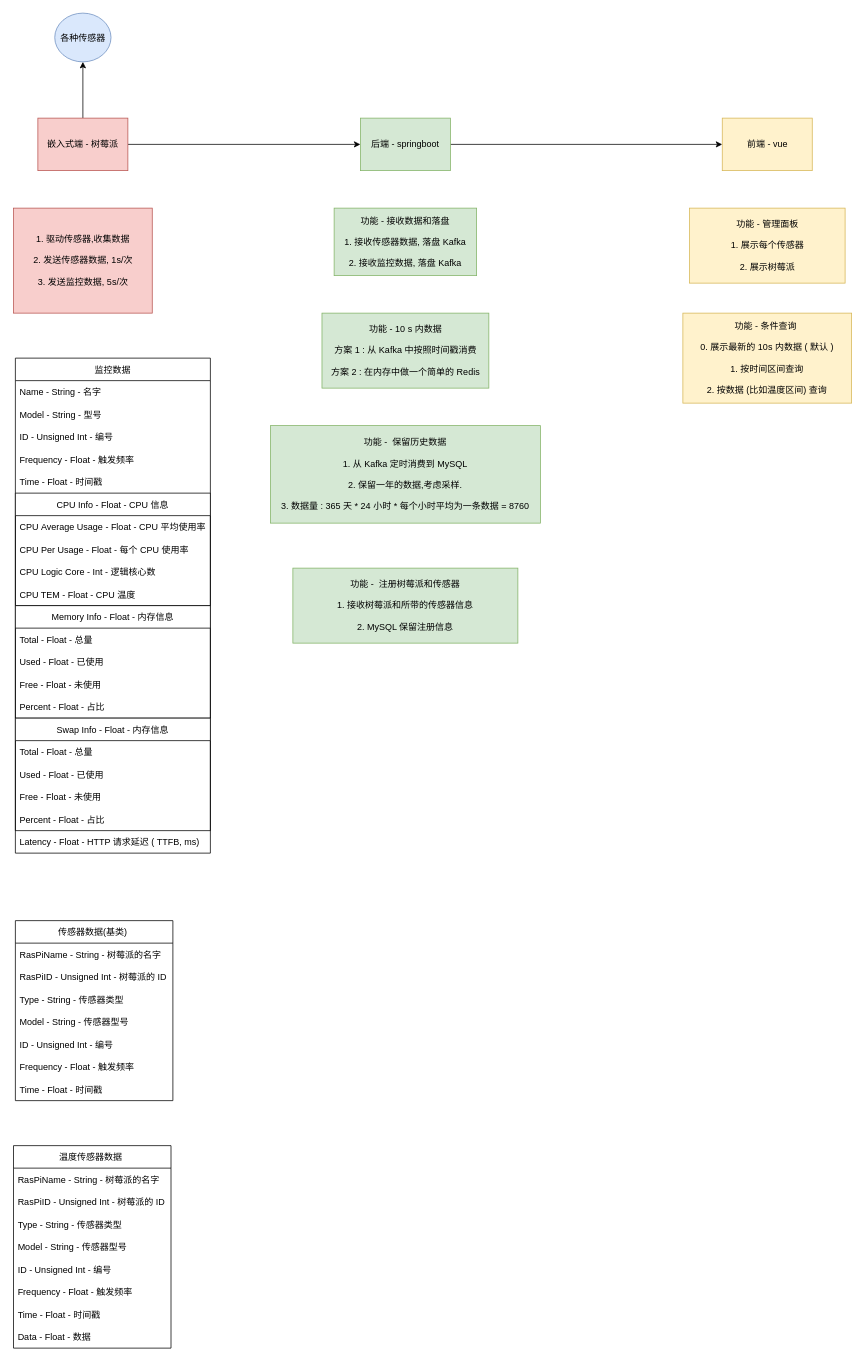
Earlier version of the draw.io diagram System-Design.drawio (LiteHome/Raspberry-Home-Backend). Source tidied: cells renumbered, new cells numbered last; positions are measured from the earlier drawing's top-left corner, leaving out a move shared by most shapes. Both pictures are drawn from the tidied source at 75%, with x=0, y=0 at pixel (14, 13).
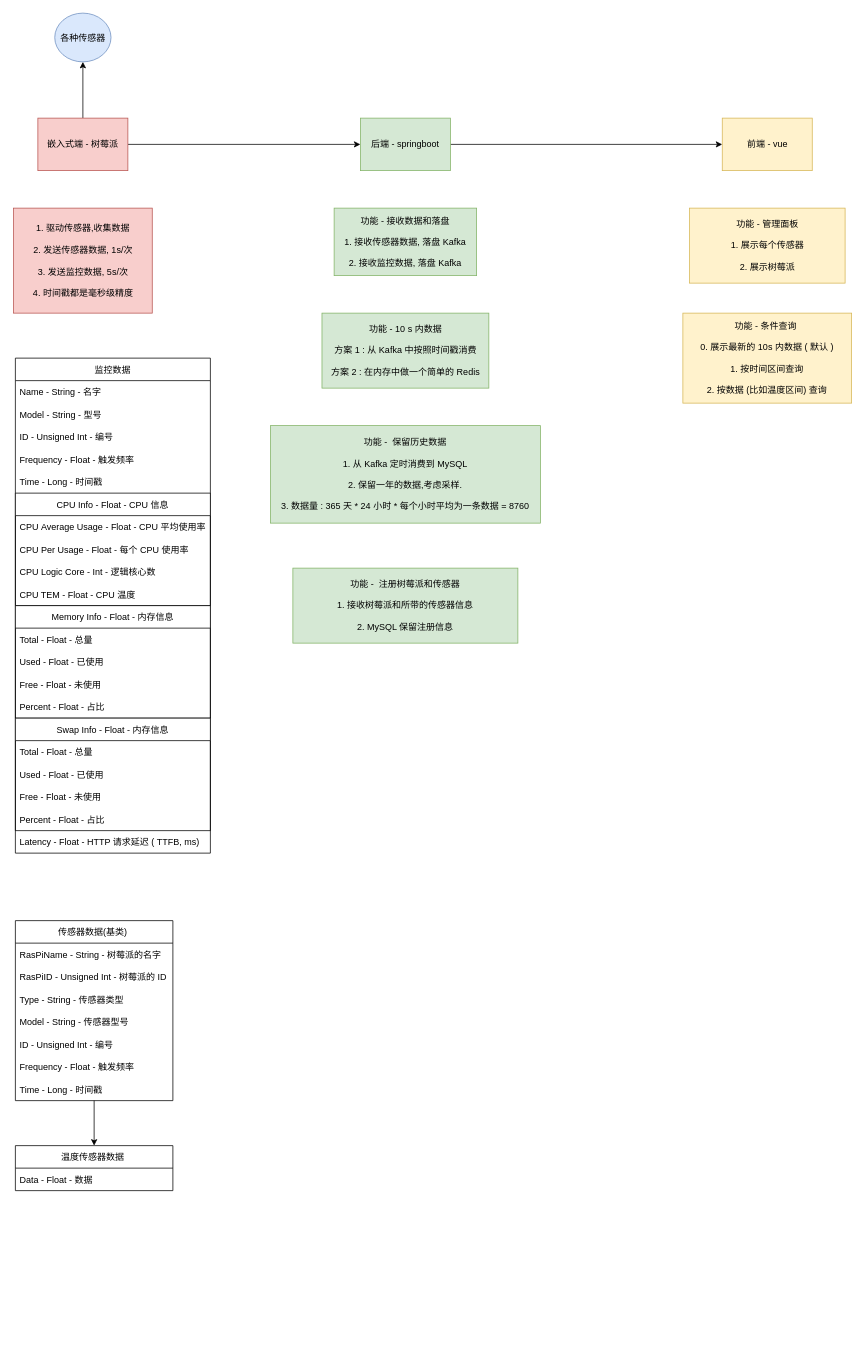
After the change.

Unchanged cells that the change refers to:
```xml
<mxCell id="24" value="监控数据" style="swimlane;fontStyle=0;horizontal=1;startSize=30;" parent="1" vertex="1">
  <mxGeometry x="2" y="460" width="260" height="660" as="geometry" />
</mxCell>
<mxCell id="47" value="传感器数据(基类) " style="swimlane;fontStyle=0;horizontal=1;startSize=30;" parent="1" vertex="1">
  <mxGeometry x="2" y="1210" width="210" height="240" as="geometry" />
</mxCell>
```

Change to the diagram source:
```diff
@@
-    <mxCell id="9" value="1. 驱动传感器,收集数据&lt;br&gt;&lt;br&gt;2. 发送传感器数据, 1s/次&lt;br&gt;&lt;br&gt;3. 发送监控数据, 5s/次" style="rounded=0;whiteSpace=wrap;html=1;fillColor=#f8cecc;strokeColor=#b85450;" parent="1" vertex="1">
+    <mxCell id="9" value="1. 驱动传感器,收集数据&lt;br&gt;&lt;br&gt;2. 发送传感器数据, 1s/次&lt;br&gt;&lt;br&gt;3. 发送监控数据, 5s/次&lt;br&gt;&lt;br&gt;4. 时间戳都是毫秒级精度" style="rounded=0;whiteSpace=wrap;html=1;fillColor=#f8cecc;strokeColor=#b85450;" parent="1" vertex="1">
       <mxGeometry x="-0.5" y="260" width="185" height="140" as="geometry" />
     </mxCell>
@@
     <mxCell id="15" value="温度传感器数据 " style="swimlane;fontStyle=0;horizontal=1;startSize=30;" parent="1" vertex="1">
-      <mxGeometry x="-0.5" y="1510" width="210" height="270" as="geometry" />
+      <mxGeometry x="2" y="1510" width="210" height="60" as="geometry" />
     </mxCell>
-    <mxCell id="16" value="RasPiName - String - 树莓派的名字" style="text;strokeColor=none;fillColor=none;align=left;verticalAlign=middle;spacingLeft=4;spacingRight=4;overflow=hidden;" parent="15" vertex="1">
-      <mxGeometry y="30" width="210" height="30" as="geometry" />
-    </mxCell>
-    <mxCell id="17" value="RasPiID - Unsigned Int - 树莓派的 ID" style="text;strokeColor=none;fillColor=none;align=left;verticalAlign=middle;spacingLeft=4;spacingRight=4;overflow=hidden;" parent="15" vertex="1">
-      <mxGeometry y="60" width="210" height="30" as="geometry" />
-    </mxCell>
-    <mxCell id="18" value="Type - String - 传感器类型" style="text;strokeColor=none;fillColor=none;align=left;verticalAlign=middle;spacingLeft=4;spacingRight=4;overflow=hidden;" parent="15" vertex="1">
-      <mxGeometry y="90" width="210" height="30" as="geometry" />
-    </mxCell>
-    <mxCell id="19" value="Model - String - 传感器型号" style="text;strokeColor=none;fillColor=none;align=left;verticalAlign=middle;spacingLeft=4;spacingRight=4;overflow=hidden;" parent="15" vertex="1">
-      <mxGeometry y="120" width="210" height="30" as="geometry" />
-    </mxCell>
-    <mxCell id="20" value="ID - Unsigned Int - 编号" style="text;strokeColor=none;fillColor=none;align=left;verticalAlign=middle;spacingLeft=4;spacingRight=4;overflow=hidden;" parent="15" vertex="1">
-      <mxGeometry y="150" width="210" height="30" as="geometry" />
-    </mxCell>
-    <mxCell id="21" value="Frequency - Float - 触发频率" style="text;strokeColor=none;fillColor=none;align=left;verticalAlign=middle;spacingLeft=4;spacingRight=4;overflow=hidden;" parent="15" vertex="1">
-      <mxGeometry y="180" width="210" height="30" as="geometry" />
-    </mxCell>
-    <mxCell id="22" value="Time - Float - 时间戳" style="text;strokeColor=none;fillColor=none;align=left;verticalAlign=middle;spacingLeft=4;spacingRight=4;overflow=hidden;" parent="15" vertex="1">
-      <mxGeometry y="210" width="210" height="30" as="geometry" />
-    </mxCell>
     <mxCell id="23" value="Data - Float - 数据" style="text;strokeColor=none;fillColor=none;align=left;verticalAlign=middle;spacingLeft=4;spacingRight=4;overflow=hidden;" parent="15" vertex="1">
-      <mxGeometry y="240" width="210" height="30" as="geometry" />
+      <mxGeometry y="30" width="210" height="30" as="geometry" />
     </mxCell>
@@
-    <mxCell id="29" value="Time - Float - 时间戳" style="text;strokeColor=none;fillColor=none;align=left;verticalAlign=middle;spacingLeft=4;spacingRight=4;overflow=hidden;" parent="24" vertex="1">
+    <mxCell id="29" value="Time - Long - 时间戳" style="text;strokeColor=none;fillColor=none;align=left;verticalAlign=middle;spacingLeft=4;spacingRight=4;overflow=hidden;" parent="24" vertex="1">
       <mxGeometry y="150" width="260" height="30" as="geometry" />
     </mxCell>
@@
+    <mxCell id="55" style="edgeStyle=orthogonalEdgeStyle;rounded=0;jettySize=auto;html=1;" parent="1" edge="1" source="47" target="15">
+      <mxGeometry relative="1" as="geometry" />
+    </mxCell>
@@
-    <mxCell id="54" value="Time - Float - 时间戳" style="text;strokeColor=none;fillColor=none;align=left;verticalAlign=middle;spacingLeft=4;spacingRight=4;overflow=hidden;" parent="47" vertex="1">
+    <mxCell id="54" value="Time - Long - 时间戳" style="text;strokeColor=none;fillColor=none;align=left;verticalAlign=middle;spacingLeft=4;spacingRight=4;overflow=hidden;" parent="47" vertex="1">
       <mxGeometry y="210" width="210" height="30" as="geometry" />
     </mxCell>
```
